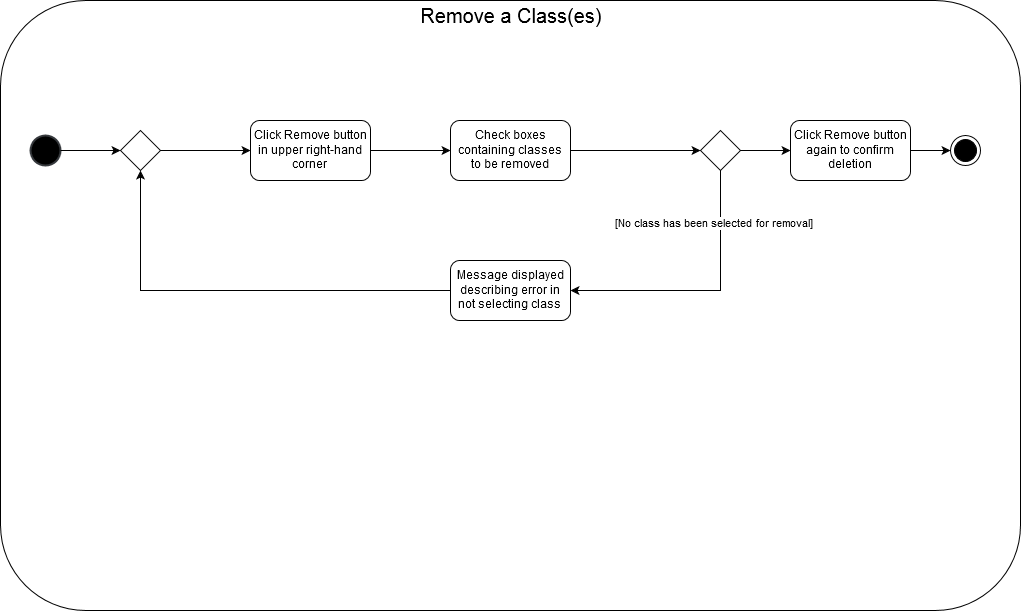
The draw.io diagram UML/StevenRemoveClassActivity.png in JPautz/Group-name, before a commit. Source tidied: cells renumbered, new cells last; positions are measured from the earlier drawing's top-left corner, leaving out a move shared by most shapes. The source it was exported from:
```xml
<mxGraphModel background="#ffffff">
  <root>
    <mxCell id="0" style="html=1;" />
    <mxCell id="1" style="html=1;" parent="0" />
    <mxCell id="2" value="&lt;font style=&quot;font-size: 20px ; line-height: 120%&quot;&gt;Remove a Class(es)&lt;/font&gt;&lt;br&gt;" style="rounded=1;horizontal=1;verticalAlign=top;align=center;whiteSpace=wrap;html=1;spacing=0;arcSize=14;spacingTop=0;spacingLeft=0;" parent="1" vertex="1">
      <mxGeometry width="1020" height="610" as="geometry" />
    </mxCell>
    <mxCell id="3" style="shape=ellipse;html=1;illColor=#000000;strokeWidth=2;verticalLabelPosition=bottom;verticalAlignment=top;labelBackgroundColor=#000000;align=center;fillColor=#000000;strokeColor=#36393d;" parent="1" vertex="1">
      <mxGeometry x="30" y="135" width="30" height="30" as="geometry" />
    </mxCell>
    <mxCell id="4" value="Click Remove button in upper right-hand corner&lt;br&gt;" style="rounded=1;whiteSpace=wrap;html=1;labelBackgroundColor=none;fillColor=none;align=center;" parent="1" vertex="1">
      <mxGeometry x="250" y="120" width="120" height="60" as="geometry" />
    </mxCell>
    <mxCell id="5" style="edgeStyle=orthogonalEdgeStyle;rounded=0;html=1;exitX=1;exitY=0.5;entryX=0;entryY=0.5;jettySize=auto;" parent="1" edge="1" source="10" target="4">
      <mxGeometry relative="1" as="geometry" />
    </mxCell>
    <mxCell id="6" value="Check boxes containing classes to be removed&lt;br&gt;" style="rounded=1;whiteSpace=wrap;html=1;labelBackgroundColor=none;fillColor=none;align=center;" parent="1" vertex="1">
      <mxGeometry x="450" y="120" width="120" height="60" as="geometry" />
    </mxCell>
    <mxCell id="7" style="edgeStyle=orthogonalEdgeStyle;rounded=0;html=1;exitX=1;exitY=0.5;entryX=0;entryY=0.5;jettySize=auto;" parent="1" edge="1" source="4" target="6">
      <mxGeometry relative="1" as="geometry" />
    </mxCell>
    <mxCell id="8" style="edgeStyle=orthogonalEdgeStyle;rounded=0;html=1;exitX=1;exitY=0.5;jettySize=auto;" parent="1" edge="1" source="9" target="21">
      <mxGeometry relative="1" as="geometry" />
    </mxCell>
    <mxCell id="9" style="rhombus;whiteSpace=wrap;html=1;labelBackgroundColor=none;fillColor=none;align=center;" parent="1" vertex="1">
      <mxGeometry x="700" y="130" width="40" height="40" as="geometry" />
    </mxCell>
    <mxCell id="10" style="rhombus;whiteSpace=wrap;html=1;labelBackgroundColor=none;fillColor=none;align=center;" parent="1" vertex="1">
      <mxGeometry x="120" y="130" width="40" height="40" as="geometry" />
    </mxCell>
    <mxCell id="11" style="edgeStyle=orthogonalEdgeStyle;rounded=0;html=1;exitX=1;exitY=0.5;entryX=0;entryY=0.5;jettySize=auto;" parent="1" edge="1" source="3" target="10">
      <mxGeometry relative="1" as="geometry" />
    </mxCell>
    <mxCell id="12" style="edgeStyle=orthogonalEdgeStyle;rounded=0;html=1;exitX=0;exitY=0.5;jettySize=auto;entryX=0.5;entryY=1;" parent="1" edge="1" source="13" target="10">
      <mxGeometry relative="1" as="geometry">
        <Array as="points">
          <mxPoint x="140" y="290" />
        </Array>
      </mxGeometry>
    </mxCell>
    <mxCell id="13" value="Message displayed describing error in not selecting class&lt;br&gt;" style="rounded=1;whiteSpace=wrap;html=1;labelBackgroundColor=none;fillColor=none;align=center;" parent="1" vertex="1">
      <mxGeometry x="450" y="260" width="120" height="60" as="geometry" />
    </mxCell>
    <mxCell id="14" value="[No class has been selected for removal]&lt;br&gt;" style="edgeStyle=orthogonalEdgeStyle;rounded=0;html=1;exitX=0.5;exitY=1;jettySize=auto;" parent="1" edge="1" source="9">
      <mxGeometry x="-0.6" relative="1" as="geometry">
        <mxPoint x="570" y="290" as="targetPoint" />
        <Array as="points">
          <mxPoint x="720" y="290" />
        </Array>
      </mxGeometry>
    </mxCell>
    <mxCell id="15" style="edgeStyle=orthogonalEdgeStyle;rounded=0;html=1;exitX=1;exitY=0.5;entryX=0;entryY=0.5;jettySize=auto;" parent="1" edge="1" source="6" target="9">
      <mxGeometry relative="1" as="geometry" />
    </mxCell>
    <mxCell id="16" style="edgeStyle=none;rounded=0;html=1;exitX=1;exitY=0.5;jettySize=auto;orthogonalLoop=1;" parent="1" edge="1" source="9" target="9">
      <mxGeometry relative="1" as="geometry" />
    </mxCell>
    <mxCell id="17" style="edgeStyle=none;rounded=0;html=1;entryX=1;entryY=0.5;jettySize=auto;orthogonalLoop=1;" parent="1" edge="1">
      <mxGeometry relative="1" as="geometry">
        <mxPoint x="812" y="149" as="sourcePoint" />
        <mxPoint x="812" y="149" as="targetPoint" />
      </mxGeometry>
    </mxCell>
    <mxCell id="18" style="edgeStyle=orthogonalEdgeStyle;rounded=0;html=1;exitX=0.5;exitY=0;entryX=0.5;entryY=0;jettySize=auto;orthogonalLoop=1;" parent="1" edge="1" source="9" target="9">
      <mxGeometry relative="1" as="geometry" />
    </mxCell>
    <mxCell id="19" style="ellipse;html=1;shape=endState;fillColor=#000000;strokeColor=#000000;labelBackgroundColor=#FFFFFF;align=center;" parent="1" vertex="1">
      <mxGeometry x="950" y="135" width="30" height="30" as="geometry" />
    </mxCell>
    <mxCell id="20" style="edgeStyle=orthogonalEdgeStyle;rounded=0;html=1;exitX=1;exitY=0.5;entryX=0;entryY=0.5;jettySize=auto;" parent="1" edge="1" source="21" target="19">
      <mxGeometry relative="1" as="geometry" />
    </mxCell>
    <mxCell id="21" value="Click Remove button again to confirm deletion&lt;br&gt;" style="rounded=1;whiteSpace=wrap;html=1;labelBackgroundColor=none;fillColor=none;align=center;" parent="1" vertex="1">
      <mxGeometry x="790" y="120" width="120" height="60" as="geometry" />
    </mxCell>
  </root>
</mxGraphModel>
```
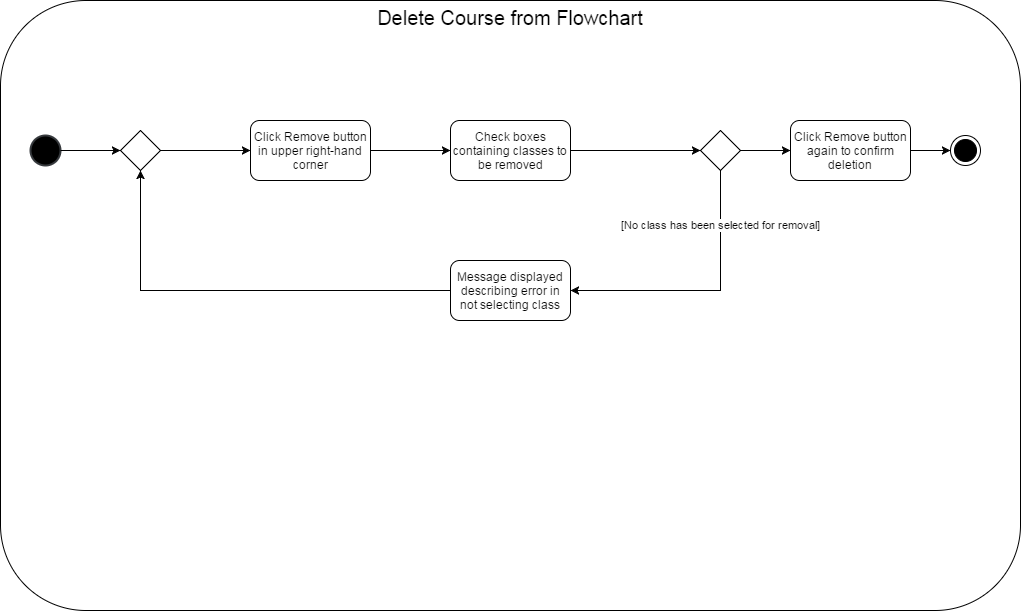
After the change.

Change to the diagram source:
```diff
@@ -2,7 +2,7 @@
   <root>
     <mxCell id="0" style="html=1;" />
     <mxCell id="1" style="html=1;" parent="0" />
-    <mxCell id="2" value="&lt;font style=&quot;font-size: 20px ; line-height: 120%&quot;&gt;Remove a Class(es)&lt;/font&gt;&lt;br&gt;" style="rounded=1;horizontal=1;verticalAlign=top;align=center;whiteSpace=wrap;html=1;spacing=0;arcSize=14;spacingTop=0;spacingLeft=0;" parent="1" vertex="1">
+    <mxCell id="2" value="&lt;span style=&quot;font-size: 20px&quot;&gt;Delete Course from Flowchart&lt;/span&gt;" style="rounded=1;horizontal=1;verticalAlign=top;align=center;whiteSpace=wrap;html=1;spacing=0;arcSize=14;spacingTop=0;spacingLeft=0;" parent="1" vertex="1">
       <mxGeometry width="1020" height="610" as="geometry" />
     </mxCell>
     <mxCell id="3" style="shape=ellipse;html=1;illColor=#000000;strokeWidth=2;verticalLabelPosition=bottom;verticalAlignment=top;labelBackgroundColor=#000000;align=center;fillColor=#000000;strokeColor=#36393d;" parent="1" vertex="1">
```
